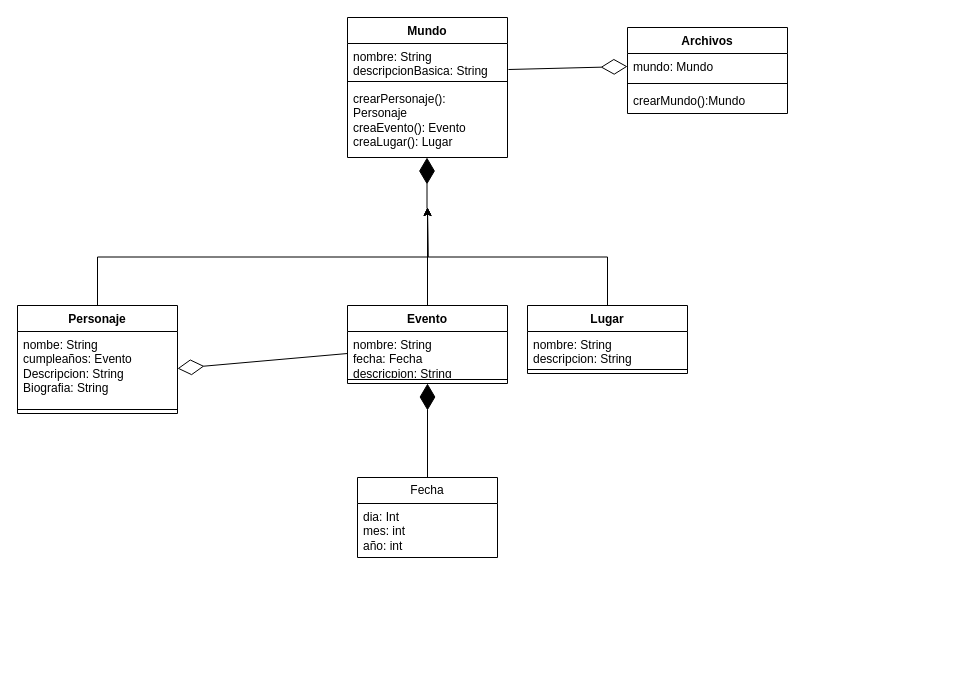
Before: Diagrama sin título.drawio in Jh700wolf/Worldbuilding-tool, a draw.io diagram. Source tidied: cells renumbered, new cells numbered last; positions are measured from the earlier drawing's top-left corner, leaving out a move shared by most shapes. Both pictures are drawn from the tidied source at 100%, with x=0, y=0 at pixel (17, 17).
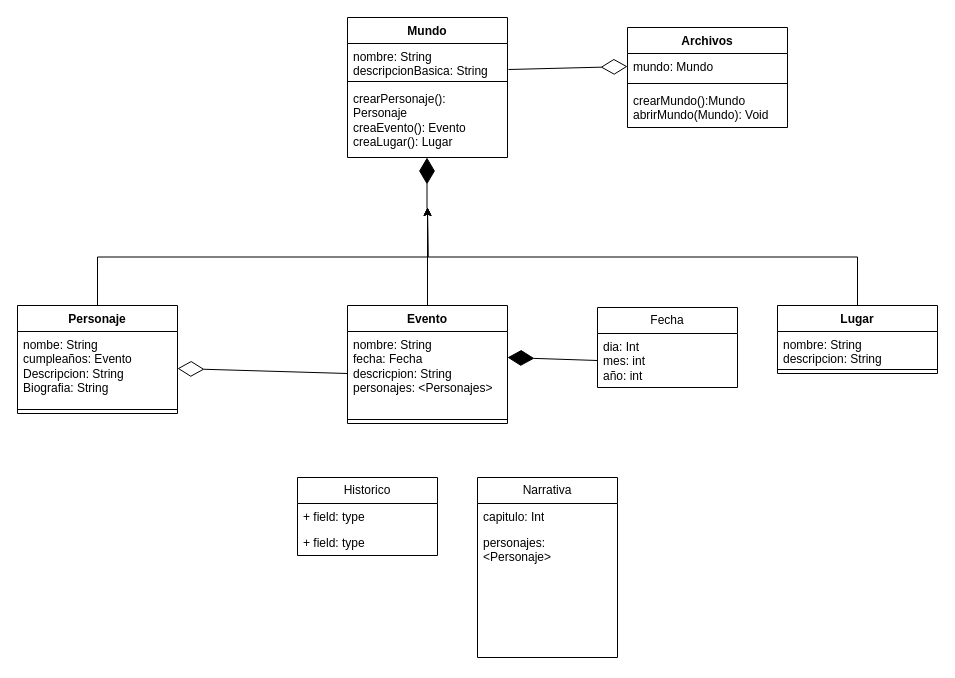
The same diagram, later.

The change refers to these unchanged cells:
```xml
<mxCell id="21" value="dia: Int&lt;br&gt;mes: int&lt;br&gt;año: int" style="text;strokeColor=none;fillColor=none;align=left;verticalAlign=top;spacingLeft=4;spacingRight=4;overflow=hidden;points=[[0,0.5],[1,0.5]];portConstraint=eastwest;whiteSpace=wrap;html=1;" parent="20" vertex="1">
  <mxGeometry y="26" width="140" height="54" as="geometry" />
</mxCell>
```

What changed in the source:
```diff
@@
     <mxCell id="11" value="Evento" style="swimlane;fontStyle=1;align=center;verticalAlign=top;horizontal=1;startSize=26;whiteSpace=wrap;html=1;" parent="1" vertex="1">
-      <mxGeometry x="330" y="288" width="160" height="78" as="geometry" />
+      <mxGeometry x="330" y="288" width="160" height="118" as="geometry" />
     </mxCell>
-    <mxCell id="12" value="nombre: String&lt;br&gt;fecha: Fecha&lt;br&gt;descricpion: String" style="text;strokeColor=none;fillColor=none;align=left;verticalAlign=top;spacingLeft=4;spacingRight=4;overflow=hidden;points=[[0,0.5],[1,0.5]];portConstraint=eastwest;whiteSpace=wrap;html=1;" parent="11" vertex="1">
-      <mxGeometry y="26" width="160" height="44" as="geometry" />
+    <mxCell id="12" value="nombre: String&lt;br&gt;fecha: Fecha&lt;br&gt;descricpion: String&lt;br&gt;personajes: &amp;lt;Personajes&amp;gt;" style="text;strokeColor=none;fillColor=none;align=left;verticalAlign=top;spacingLeft=4;spacingRight=4;overflow=hidden;points=[[0,0.5],[1,0.5]];portConstraint=eastwest;whiteSpace=wrap;html=1;" parent="11" vertex="1">
+      <mxGeometry y="26" width="160" height="84" as="geometry" />
     </mxCell>
     <mxCell id="13" style="line;strokeWidth=1;fillColor=none;align=left;verticalAlign=middle;spacingTop=-1;spacingLeft=3;spacingRight=3;labelPosition=right;strokeColor=inherit;" parent="11" vertex="1">
-      <mxGeometry y="70" width="160" height="8" as="geometry" />
+      <mxGeometry y="110" width="160" height="8" as="geometry" />
     </mxCell>
@@
     <mxCell id="15" value="Lugar" style="swimlane;fontStyle=1;align=center;verticalAlign=top;horizontal=1;startSize=26;whiteSpace=wrap;html=1;" parent="1" vertex="1">
-      <mxGeometry x="510" y="288" width="160" height="68" as="geometry" />
+      <mxGeometry x="760" y="288" width="160" height="68" as="geometry" />
     </mxCell>
@@
     <mxCell id="20" value="Fecha" style="swimlane;fontStyle=0;horizontal=1;startSize=26;fillColor=none;whiteSpace=wrap;html=1;" parent="1" vertex="1">
-      <mxGeometry x="340" y="460" width="140" height="80" as="geometry" />
+      <mxGeometry x="580" y="290" width="140" height="80" as="geometry" />
     </mxCell>
@@
-    <mxCell id="22" style="endArrow=diamondThin;endFill=1;endSize=24;html=1;rounded=0;exitX=0.5;exitY=0;exitDx=0;exitDy=0;entryX=0.5;entryY=1;entryDx=0;entryDy=0;" parent="1" edge="1" source="20" target="11">
-      <mxGeometry relative="1" as="geometry" />
+    <mxCell id="22" style="endArrow=diamondThin;endFill=1;endSize=24;html=1;rounded=0;exitX=0;exitY=0.5;exitDx=0;exitDy=0;" parent="1" edge="1" source="21">
+      <mxGeometry relative="1" as="geometry">
+        <mxPoint x="490" y="340" as="targetPoint" />
+      </mxGeometry>
     </mxCell>
     <mxCell id="23" value="Archivos" style="swimlane;fontStyle=1;align=center;verticalAlign=top;horizontal=1;startSize=26;whiteSpace=wrap;html=1;" parent="1" vertex="1">
-      <mxGeometry x="610" y="10" width="160" height="86" as="geometry" />
+      <mxGeometry x="610" y="10" width="160" height="100" as="geometry" />
     </mxCell>
@@
-    <mxCell id="26" value="crearMundo():Mundo" style="text;strokeColor=none;fillColor=none;align=left;verticalAlign=top;spacingLeft=4;spacingRight=4;overflow=hidden;whiteSpace=wrap;html=1;" parent="23" vertex="1">
-      <mxGeometry y="60" width="160" height="26" as="geometry" />
+    <mxCell id="26" value="crearMundo():Mundo&lt;br&gt;abrirMundo(Mundo): Void&lt;br&gt;" style="text;strokeColor=none;fillColor=none;align=left;verticalAlign=top;spacingLeft=4;spacingRight=4;overflow=hidden;whiteSpace=wrap;html=1;" parent="23" vertex="1">
+      <mxGeometry y="60" width="160" height="40" as="geometry" />
     </mxCell>
@@
+    <mxCell id="28" value="Historico" style="swimlane;fontStyle=0;horizontal=1;startSize=26;fillColor=none;whiteSpace=wrap;html=1;" parent="1" vertex="1">
+      <mxGeometry x="280" y="460" width="140" height="78" as="geometry" />
+    </mxCell>
+    <mxCell id="29" value="+ field: type" style="text;strokeColor=none;fillColor=none;align=left;verticalAlign=top;spacingLeft=4;spacingRight=4;overflow=hidden;whiteSpace=wrap;html=1;" parent="28" vertex="1">
+      <mxGeometry y="26" width="140" height="26" as="geometry" />
+    </mxCell>
+    <mxCell id="30" value="+ field: type" style="text;strokeColor=none;fillColor=none;align=left;verticalAlign=top;spacingLeft=4;spacingRight=4;overflow=hidden;whiteSpace=wrap;html=1;" parent="28" vertex="1">
+      <mxGeometry y="52" width="140" height="26" as="geometry" />
+    </mxCell>
+    <mxCell id="31" value="Narrativa" style="swimlane;fontStyle=0;horizontal=1;startSize=26;fillColor=none;whiteSpace=wrap;html=1;" parent="1" vertex="1">
+      <mxGeometry x="460" y="460" width="140" height="180" as="geometry" />
+    </mxCell>
+    <mxCell id="32" value="capitulo: Int" style="text;strokeColor=none;fillColor=none;align=left;verticalAlign=top;spacingLeft=4;spacingRight=4;overflow=hidden;whiteSpace=wrap;html=1;" parent="31" vertex="1">
+      <mxGeometry y="26" width="140" height="26" as="geometry" />
+    </mxCell>
+    <mxCell id="33" value="personajes: &amp;lt;Personaje&amp;gt;" style="text;strokeColor=none;fillColor=none;align=left;verticalAlign=top;spacingLeft=4;spacingRight=4;overflow=hidden;whiteSpace=wrap;html=1;" parent="31" vertex="1">
+      <mxGeometry y="52" width="140" height="128" as="geometry" />
+    </mxCell>
```
